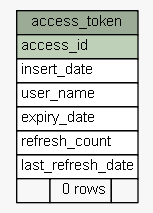
Earlier version of the Graphviz export docs/database/schemaspy/graphs/summary/access_token.1degree.png (engineerscraft/salesforce). Its source is kept beside it as docs/database/schemaspy/graphs/summary/access_token.1degree.dot.
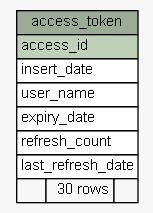
After the change.

The edit, as a diff of the source:
```diff
@@ -21,7 +21,7 @@
       <TR><TD PORT="expiry_date" COLSPAN="3" ALIGN="LEFT">expiry_date</TD></TR>
       <TR><TD PORT="refresh_count" COLSPAN="3" ALIGN="LEFT">refresh_count</TD></TR>
       <TR><TD PORT="last_refresh_date" COLSPAN="3" ALIGN="LEFT">last_refresh_date</TD></TR>
-      <TR><TD ALIGN="LEFT" BGCOLOR="#f7f7f7">  </TD><TD ALIGN="RIGHT" BGCOLOR="#f7f7f7">0 rows</TD><TD ALIGN="RIGHT" BGCOLOR="#f7f7f7">  </TD></TR>
+      <TR><TD ALIGN="LEFT" BGCOLOR="#f7f7f7">  </TD><TD ALIGN="RIGHT" BGCOLOR="#f7f7f7">30 rows</TD><TD ALIGN="RIGHT" BGCOLOR="#f7f7f7">  </TD></TR>
     </TABLE>>
     URL="tables/access_token.html#"
     tooltip="access_token"
```
